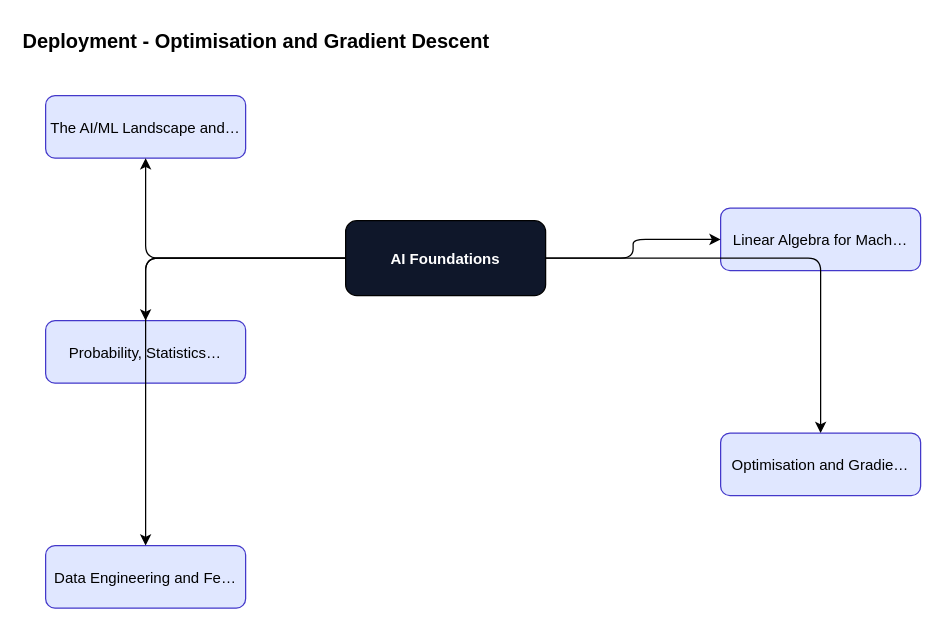
Above: content/ai-foundations/ai-foundations-foundations/diagrams/fig-005-deployment.drawio in ankit05121980/AI-University (draw.io), before the change. Source tidied: cells renumbered, new cells numbered last; positions are measured from the earlier drawing's top-left corner, leaving out a move shared by most shapes. Both pictures are drawn from the tidied source at 125%, with x=0, y=0 at pixel (20, 20).
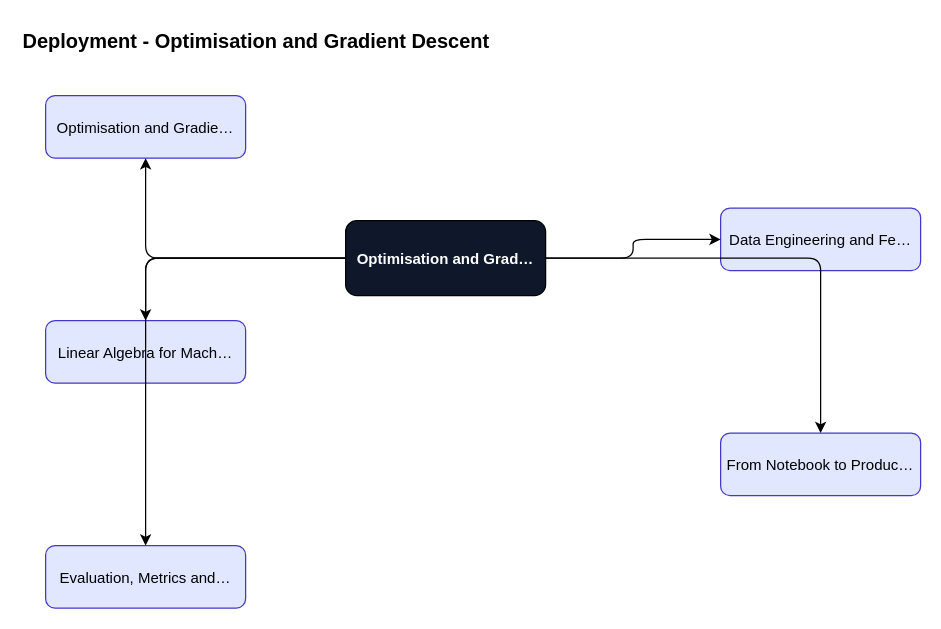
Above is the later version.

What changed in the source:
```diff
@@
 <mxGraphModel>
   <root>
     <mxCell id="0" />
     <mxCell id="1" parent="0" />
     <mxCell id="2" value="Deployment - Optimisation and Gradient Descent" style="text;fontSize=16;fontStyle=1;" parent="1" vertex="1">
       <mxGeometry width="600" height="30" as="geometry" />
     </mxCell>
-    <mxCell id="3" value="AI Foundations" style="rounded=1;fillColor=#0f172a;fontColor=#ffffff;fontStyle=1;" parent="1" vertex="1">
+    <mxCell id="3" value="Optimisation and Grad…" style="rounded=1;fillColor=#0f172a;fontColor=#ffffff;fontStyle=1;" parent="1" vertex="1">
       <mxGeometry x="260" y="160" width="160" height="60" as="geometry" />
     </mxCell>
-    <mxCell id="4" value="The AI/ML Landscape and…" style="rounded=1;fillColor=#e0e7ff;strokeColor=#4338ca;" parent="1" vertex="1">
+    <mxCell id="4" value="Optimisation and Gradie…" style="rounded=1;fillColor=#e0e7ff;strokeColor=#4338ca;" parent="1" vertex="1">
       <mxGeometry x="20" y="60" width="160" height="50" as="geometry" />
     </mxCell>
     <mxCell id="5" style="edgeStyle=orthogonalEdgeStyle;" parent="1" edge="1" source="3" target="4">
       <mxGeometry relative="1" as="geometry" />
     </mxCell>
-    <mxCell id="6" value="Linear Algebra for Mach…" style="rounded=1;fillColor=#e0e7ff;strokeColor=#4338ca;" parent="1" vertex="1">
+    <mxCell id="6" value="Data Engineering and Fe…" style="rounded=1;fillColor=#e0e7ff;strokeColor=#4338ca;" parent="1" vertex="1">
       <mxGeometry x="560" y="150" width="160" height="50" as="geometry" />
     </mxCell>
     <mxCell id="7" style="edgeStyle=orthogonalEdgeStyle;" parent="1" edge="1" source="3" target="6">
       <mxGeometry relative="1" as="geometry" />
     </mxCell>
-    <mxCell id="8" value="Probability, Statistics…" style="rounded=1;fillColor=#e0e7ff;strokeColor=#4338ca;" parent="1" vertex="1">
+    <mxCell id="8" value="Linear Algebra for Mach…" style="rounded=1;fillColor=#e0e7ff;strokeColor=#4338ca;" parent="1" vertex="1">
       <mxGeometry x="20" y="240" width="160" height="50" as="geometry" />
     </mxCell>
     <mxCell id="9" style="edgeStyle=orthogonalEdgeStyle;" parent="1" edge="1" source="3" target="8">
       <mxGeometry relative="1" as="geometry" />
     </mxCell>
-    <mxCell id="10" value="Optimisation and Gradie…" style="rounded=1;fillColor=#e0e7ff;strokeColor=#4338ca;" parent="1" vertex="1">
+    <mxCell id="10" value="From Notebook to Produc…" style="rounded=1;fillColor=#e0e7ff;strokeColor=#4338ca;" parent="1" vertex="1">
       <mxGeometry x="560" y="330" width="160" height="50" as="geometry" />
     </mxCell>
     <mxCell id="11" style="edgeStyle=orthogonalEdgeStyle;" parent="1" edge="1" source="3" target="10">
       <mxGeometry relative="1" as="geometry" />
     </mxCell>
-    <mxCell id="12" value="Data Engineering and Fe…" style="rounded=1;fillColor=#e0e7ff;strokeColor=#4338ca;" parent="1" vertex="1">
+    <mxCell id="12" value="Evaluation, Metrics and…" style="rounded=1;fillColor=#e0e7ff;strokeColor=#4338ca;" parent="1" vertex="1">
       <mxGeometry x="20" y="420" width="160" height="50" as="geometry" />
     </mxCell>
     <mxCell id="13" style="edgeStyle=orthogonalEdgeStyle;" parent="1" edge="1" source="3" target="12">
       <mxGeometry relative="1" as="geometry" />
     </mxCell>
   </root>
 </mxGraphModel>
```
